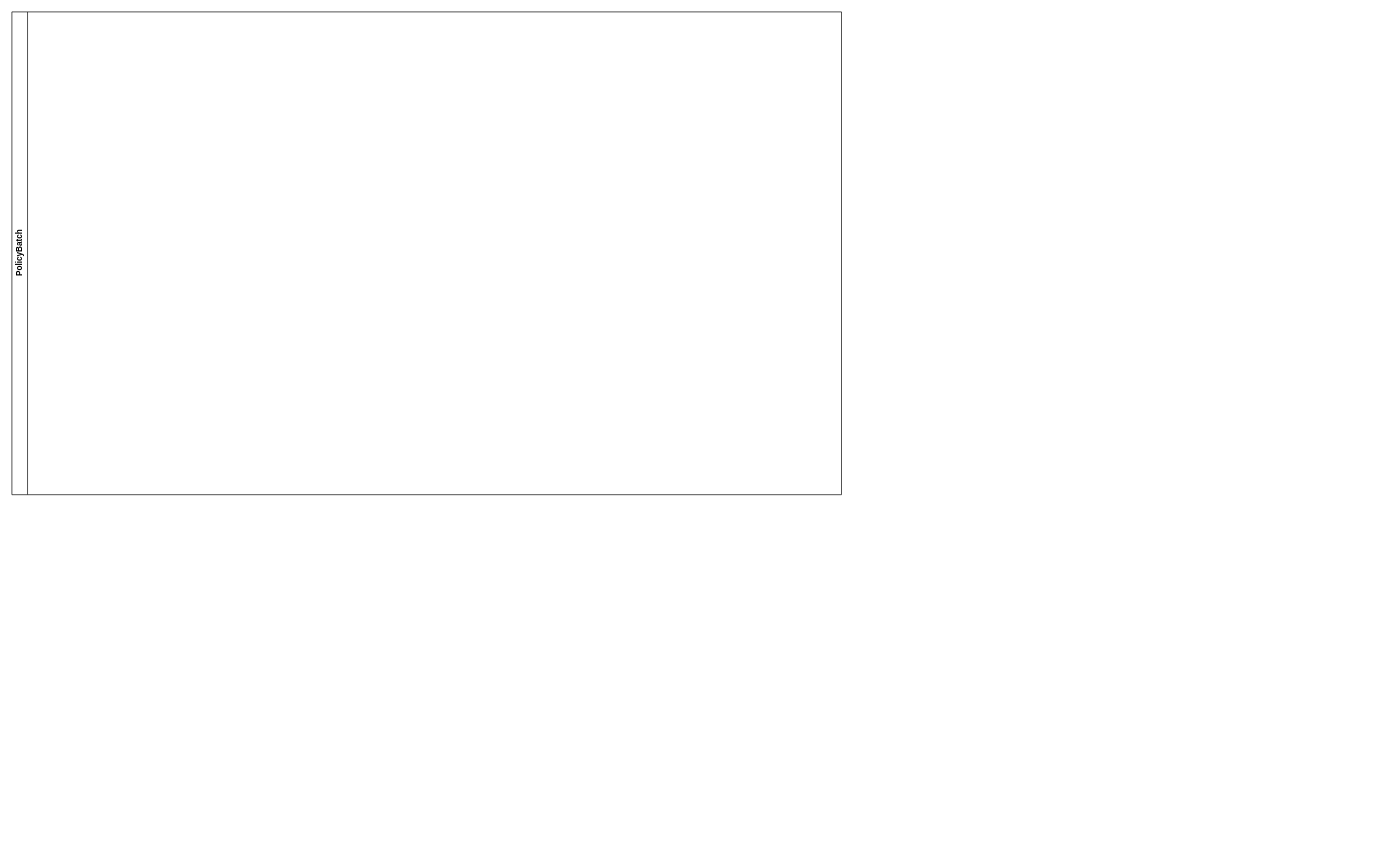
This is sj/sj续期流程.drawio from junzeQin/za, a draw.io file, before an edit. Source tidied: cells renumbered, new cells numbered last; positions are measured from the earlier drawing's top-left corner, leaving out a move shared by most shapes. Both pictures are drawn from the tidied source at 68%, with x=0, y=0 at pixel (12, 12).
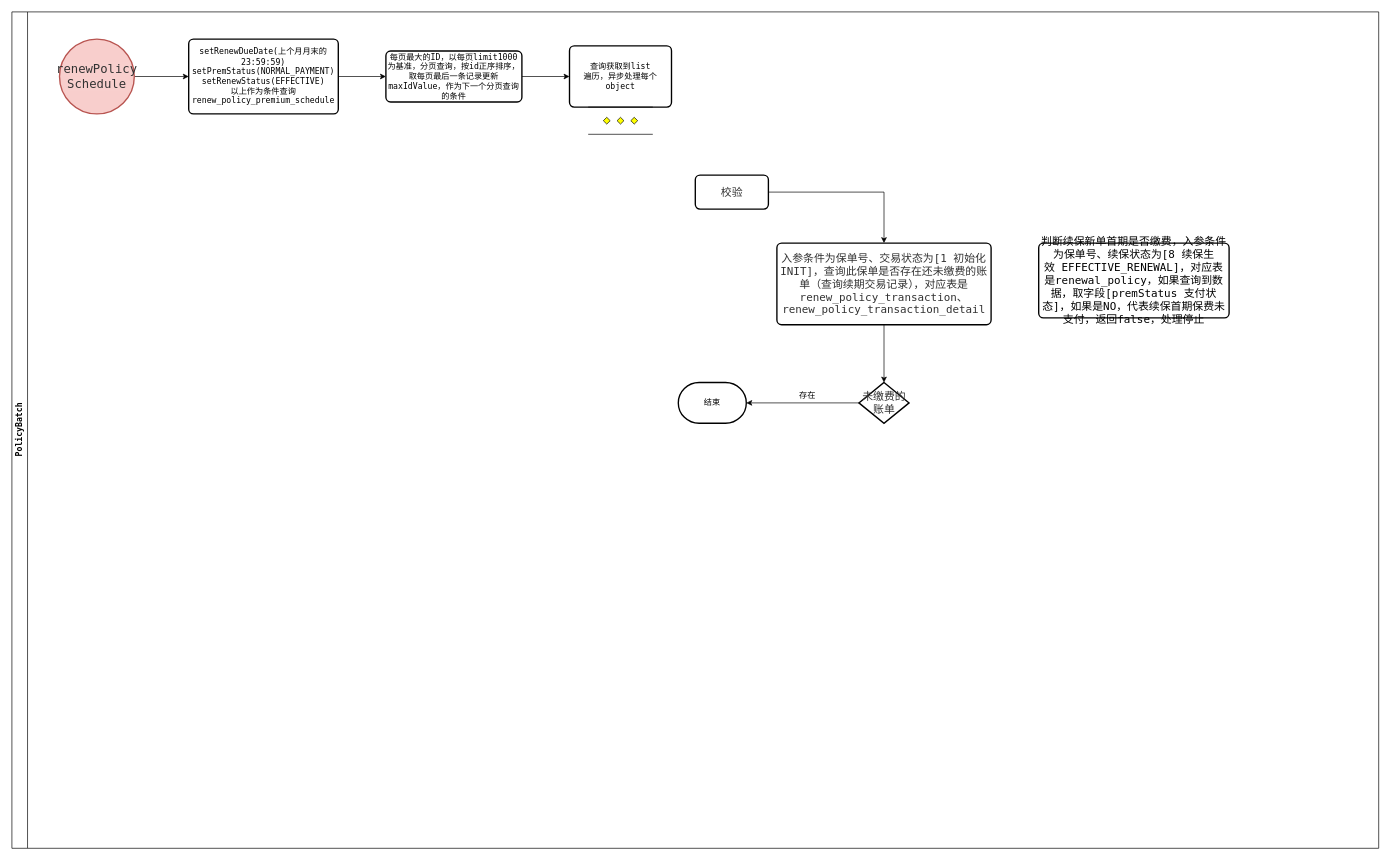
The same diagram, later.

Commit message (it also covers changes not shown here):
创建sj续期流程.drawio

Diff of the diagram source:
```diff
@@
 <mxGraphModel>
   <root>
     <mxCell id="0" />
     <mxCell id="1" parent="0" />
-    <mxCell id="2" value="PolicyBatch" style="swimlane;horizontal=0;whiteSpace=wrap;html=1;" parent="1" vertex="1">
-      <mxGeometry width="1220" height="710" as="geometry" />
+    <mxCell id="2" value="PolicyBatch" style="swimlane;horizontal=0;whiteSpace=wrap;html=1;fontFamily=Lucida Console;" parent="1" vertex="1">
+      <mxGeometry width="2010" height="1230" as="geometry" />
     </mxCell>
+    <mxCell id="3" style="edgeStyle=orthogonalEdgeStyle;rounded=0;jettySize=auto;html=1;exitX=1;exitY=0.5;exitDx=0;exitDy=0;exitPerimeter=0;fontFamily=Lucida Console;" parent="2" edge="1" source="4" target="6">
+      <mxGeometry relative="1" as="geometry" />
+    </mxCell>
+    <mxCell id="4" value="&lt;span style=&quot;color: rgb(50, 50, 50); font-size: 18px; background-color: rgba(255, 255, 255, 0.01);&quot;&gt;renewPolicy&lt;br&gt;Schedule&lt;/span&gt;" style="strokeWidth=2;html=1;shape=mxgraph.flowchart.start_2;whiteSpace=wrap;fillColor=#f8cecc;strokeColor=#b85450;fontFamily=Lucida Console;" parent="2" vertex="1">
+      <mxGeometry x="70" y="40" width="110" height="110" as="geometry" />
+    </mxCell>
+    <mxCell id="5" style="edgeStyle=orthogonalEdgeStyle;rounded=0;jettySize=auto;html=1;exitX=1;exitY=0.5;exitDx=0;exitDy=0;entryX=0;entryY=0.5;entryDx=0;entryDy=0;fontFamily=Lucida Console;" parent="2" edge="1" source="6" target="8">
+      <mxGeometry relative="1" as="geometry" />
+    </mxCell>
+    <mxCell id="6" value="&lt;div class=&quot;mind-clipboard&quot;&gt;setRenewDueDate(上个月月末的23:59:59)&lt;div&gt;setPremStatus(NORMAL_PAYMENT)&lt;br&gt;&lt;/div&gt;&lt;div&gt;setRenewStatus(EFFECTIVE)&lt;br&gt;&lt;/div&gt;&lt;div&gt;以上作为条件查询&lt;/div&gt;&lt;div&gt;renew_policy_premium_schedule&lt;/div&gt;&lt;/div&gt;" style="rounded=1;whiteSpace=wrap;html=1;absoluteArcSize=1;arcSize=14;strokeWidth=2;fontFamily=Lucida Console;" parent="2" vertex="1">
+      <mxGeometry x="260" y="40" width="220" height="110" as="geometry" />
+    </mxCell>
+    <mxCell id="7" style="edgeStyle=orthogonalEdgeStyle;rounded=0;jettySize=auto;html=1;exitX=1;exitY=0.5;exitDx=0;exitDy=0;entryX=0;entryY=0.5;entryDx=0;entryDy=0;fontFamily=Lucida Console;" parent="2" edge="1" source="8" target="9">
+      <mxGeometry relative="1" as="geometry" />
+    </mxCell>
+    <mxCell id="8" value="&lt;div class=&quot;mind-clipboard&quot;&gt;&lt;div class=&quot;mind-clipboard&quot;&gt;每页最大的ID，以每页limit1000为基准，分页查询，按id正序排序，取每页最后一条记录更新maxIdValue，作为下一个分页查询的条件&lt;br&gt;&lt;/div&gt;&lt;/div&gt;" style="rounded=1;whiteSpace=wrap;html=1;absoluteArcSize=1;arcSize=14;strokeWidth=2;fontFamily=Lucida Console;" parent="2" vertex="1">
+      <mxGeometry x="550" y="57.5" width="200" height="75" as="geometry" />
+    </mxCell>
+    <mxCell id="9" value="&lt;div class=&quot;mind-clipboard&quot;&gt;查询获取到list&lt;div&gt;遍历，异步处理每个object&lt;/div&gt;&lt;/div&gt;" style="rounded=1;whiteSpace=wrap;html=1;absoluteArcSize=1;arcSize=14;strokeWidth=2;fontFamily=Lucida Console;" parent="2" vertex="1">
+      <mxGeometry x="820" y="50" width="150" height="90" as="geometry" />
+    </mxCell>
+    <mxCell id="10" style="verticalLabelPosition=bottom;verticalAlign=top;html=1;shape=mxgraph.flowchart.parallel_mode;fontFamily=Lucida Console;" parent="2" vertex="1">
+      <mxGeometry x="847.5" y="140" width="95" height="40" as="geometry" />
+    </mxCell>
+    <mxCell id="11" style="edgeStyle=orthogonalEdgeStyle;rounded=0;jettySize=auto;html=1;exitX=1;exitY=0.5;exitDx=0;exitDy=0;entryX=0.5;entryY=0;entryDx=0;entryDy=0;fontFamily=Lucida Console;" parent="2" edge="1" source="12" target="14">
+      <mxGeometry relative="1" as="geometry" />
+    </mxCell>
+    <mxCell id="12" value="&lt;font color=&quot;#323232&quot;&gt;&lt;span style=&quot;font-size: 16px; background-color: rgba(255, 255, 255, 0.01);&quot;&gt;校验&lt;/span&gt;&lt;/font&gt;" style="rounded=1;whiteSpace=wrap;html=1;absoluteArcSize=1;arcSize=14;strokeWidth=2;fontFamily=Lucida Console;" parent="2" vertex="1">
+      <mxGeometry x="1005" y="240" width="107.5" height="50" as="geometry" />
+    </mxCell>
+    <mxCell id="13" style="edgeStyle=orthogonalEdgeStyle;rounded=0;jettySize=auto;html=1;exitX=0.5;exitY=1;exitDx=0;exitDy=0;entryX=0.5;entryY=0;entryDx=0;entryDy=0;entryPerimeter=0;fontFamily=Lucida Console;" parent="2" edge="1" source="14" target="16">
+      <mxGeometry relative="1" as="geometry" />
+    </mxCell>
+    <mxCell id="14" value="&lt;span style=&quot;color: rgb(50, 50, 50); font-size: 16px; background-color: rgba(255, 255, 255, 0.01);&quot;&gt;入参条件为保单号、交易状态为[1 初始化 INIT]，查询此保单是否存在还未缴费的账单（查询续期交易记录），对应表是renew_policy_transaction、renew_policy_transaction_detail&lt;/span&gt;" style="rounded=1;whiteSpace=wrap;html=1;absoluteArcSize=1;arcSize=14;strokeWidth=2;fontFamily=Lucida Console;" parent="2" vertex="1">
+      <mxGeometry x="1125" y="340" width="315" height="120" as="geometry" />
+    </mxCell>
+    <mxCell id="15" style="edgeStyle=orthogonalEdgeStyle;rounded=0;jettySize=auto;html=1;entryX=1;entryY=0.5;entryDx=0;entryDy=0;entryPerimeter=0;fontFamily=Lucida Console;" parent="2" edge="1" source="16" target="17">
+      <mxGeometry relative="1" as="geometry" />
+    </mxCell>
+    <mxCell id="16" value="&lt;span style=&quot;color: rgb(50, 50, 50); font-size: 16px; background-color: rgba(255, 255, 255, 0.01);&quot;&gt;未缴费的账单&lt;/span&gt;" style="strokeWidth=2;html=1;shape=mxgraph.flowchart.decision;whiteSpace=wrap;fontFamily=Lucida Console;" parent="2" vertex="1">
+      <mxGeometry x="1245.6" y="545" width="73.8" height="60" as="geometry" />
+    </mxCell>
+    <mxCell id="17" value="结束" style="strokeWidth=2;html=1;shape=mxgraph.flowchart.terminator;whiteSpace=wrap;fontFamily=Lucida Console;" parent="2" vertex="1">
+      <mxGeometry x="980" y="545" width="100" height="60" as="geometry" />
+    </mxCell>
+    <mxCell id="18" value="存在" style="text;html=1;strokeColor=none;fillColor=none;align=center;verticalAlign=middle;whiteSpace=wrap;rounded=0;fontFamily=Lucida Console;" parent="2" vertex="1">
+      <mxGeometry x="1140" y="550" width="60" height="30" as="geometry" />
+    </mxCell>
+    <mxCell id="19" value="&lt;div style=&quot;font-size: 16px;&quot; class=&quot;mind-clipboard&quot;&gt;判断续保新单首期是否缴费，入参条件为保单号、续保状态为[8 续保生效&lt;span style=&quot;font-size: inherit;&quot;&gt;&amp;nbsp;EFFECTIVE_RENEWAL]，对应表是&lt;/span&gt;renewal_policy，如果查询到数据，取字段[premStatus 支付状态]，如果是NO，代表续保首期保费未支付，返回false，处理停止&lt;/div&gt;" style="rounded=1;whiteSpace=wrap;html=1;absoluteArcSize=1;arcSize=14;strokeWidth=2;fontFamily=Lucida Console;" parent="2" vertex="1">
+      <mxGeometry x="1510" y="340" width="280" height="110" as="geometry" />
+    </mxCell>
   </root>
 </mxGraphModel>
```
